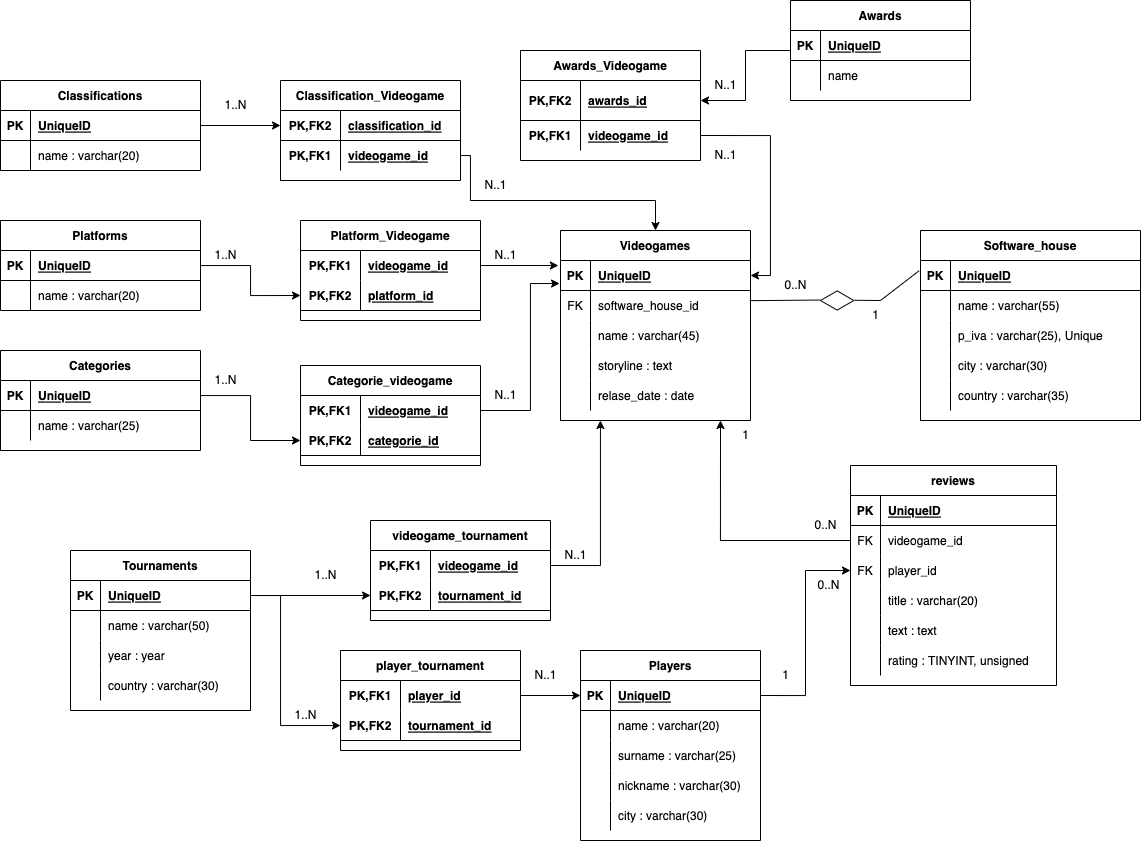
Earlier version of the draw.io export DB-videogames.png (Andreaboldrin97/db-videogames). Source tidied: cells renumbered, new cells last; positions are measured from the earlier drawing's top-left corner, leaving out a move shared by most shapes.
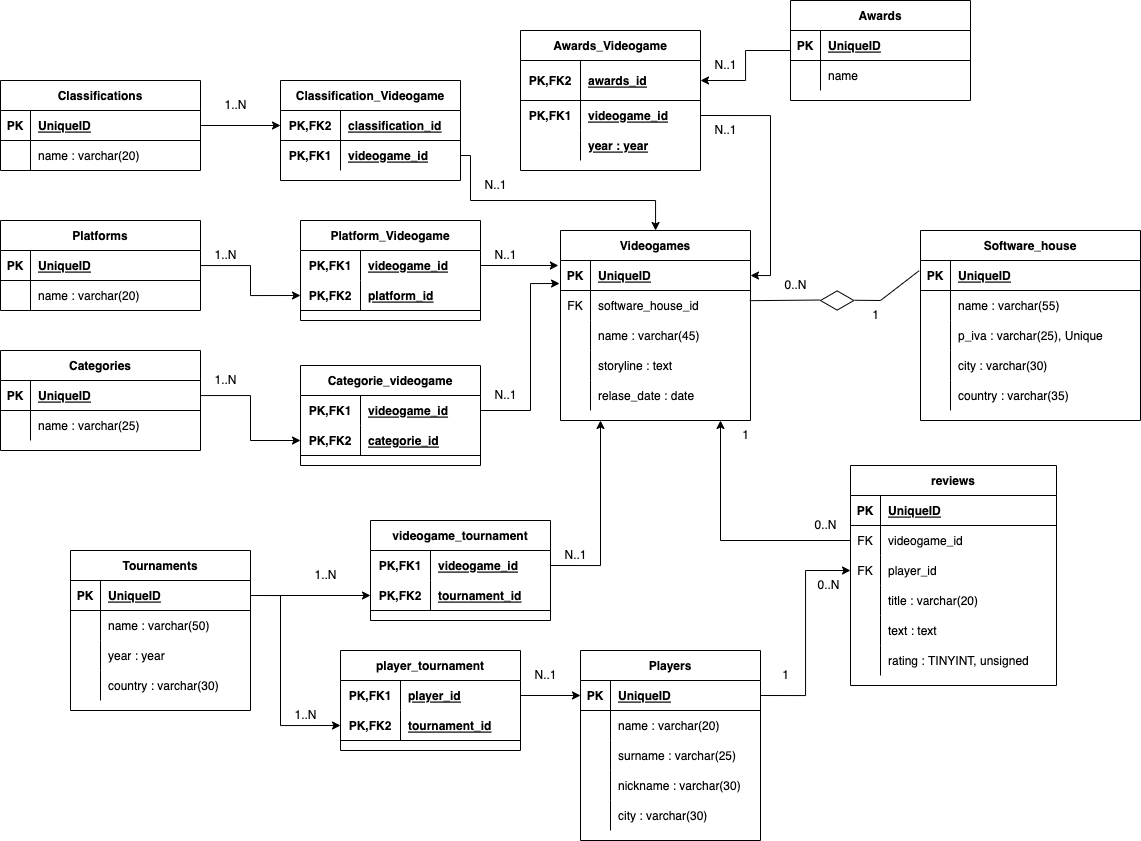
Later version of the same file.

Diff of the diagram source:
```diff
@@ -496,7 +496,7 @@
       <mxGeometry x="30" width="150" height="30" as="geometry" />
     </mxCell>
     <mxCell id="159" value="Awards_Videogame" style="shape=table;startSize=30;rowLines=0;fontStyle=1;align=center;fontSize=12;" parent="1" vertex="1">
-      <mxGeometry x="520" y="50" width="180" height="110" as="geometry" />
+      <mxGeometry x="520" y="30" width="180" height="140" as="geometry" />
     </mxCell>
     <mxCell id="160" style="shape=tableRow;horizontal=0;startSize=0;swimlaneHead=0;swimlaneBody=0;fillColor=none;points=[[0,0.5],[1,0.5]];portConstraint=eastwest;top=0;left=0;right=0;bottom=1;fontSize=12;" parent="159" vertex="1">
       <mxGeometry y="30" width="180" height="40" as="geometry" />
@@ -516,14 +516,23 @@
     <mxCell id="165" value="videogame_id" style="shape=partialRectangle;fillColor=none;top=0;left=0;bottom=0;right=0;align=left;spacingLeft=6;fontStyle=5;overflow=hidden;fontSize=12;" parent="163" vertex="1">
       <mxGeometry x="60" width="120" height="30" as="geometry" />
     </mxCell>
+    <mxCell id="187" style="shape=tableRow;horizontal=0;startSize=0;swimlaneHead=0;swimlaneBody=0;fillColor=none;top=0;left=0;right=0;bottom=0;fontSize=12;" parent="159" vertex="1">
+      <mxGeometry y="100" width="180" height="30" as="geometry" />
+    </mxCell>
+    <mxCell id="188" style="shape=partialRectangle;fillColor=none;top=0;left=0;bottom=0;right=0;fontStyle=1;overflow=hidden;fontSize=12;" parent="187" vertex="1">
+      <mxGeometry width="60" height="30" as="geometry" />
+    </mxCell>
+    <mxCell id="189" value="year : year" style="shape=partialRectangle;fillColor=none;top=0;left=0;bottom=0;right=0;align=left;spacingLeft=6;fontStyle=5;overflow=hidden;fontSize=12;" parent="187" vertex="1">
+      <mxGeometry x="60" width="120" height="30" as="geometry" />
+    </mxCell>
     <mxCell id="166" style="edgeStyle=orthogonalEdgeStyle;rounded=0;jettySize=auto;html=1;exitX=1;exitY=0.5;exitDx=0;exitDy=0;entryX=1;entryY=0.5;entryDx=0;entryDy=0;fontSize=12;" parent="1" edge="1" source="163" target="10">
       <mxGeometry relative="1" as="geometry" />
     </mxCell>
     <mxCell id="167" value="N..1" style="text;html=1;align=center;verticalAlign=middle;strokeColor=none;fillColor=none;" parent="1" vertex="1">
-      <mxGeometry x="700" y="70" width="50" height="30" as="geometry" />
+      <mxGeometry x="700" y="50" width="50" height="30" as="geometry" />
     </mxCell>
     <mxCell id="168" value="N..1" style="text;html=1;align=center;verticalAlign=middle;strokeColor=none;fillColor=none;" parent="1" vertex="1">
-      <mxGeometry x="700" y="140" width="50" height="30" as="geometry" />
+      <mxGeometry x="700" y="115" width="50" height="30" as="geometry" />
     </mxCell>
     <mxCell id="169" value="Classifications" style="shape=table;startSize=30;rowLines=0;fontStyle=1;align=center;" parent="1" vertex="1">
       <mxGeometry y="80" width="200" height="90" as="geometry" />
```
